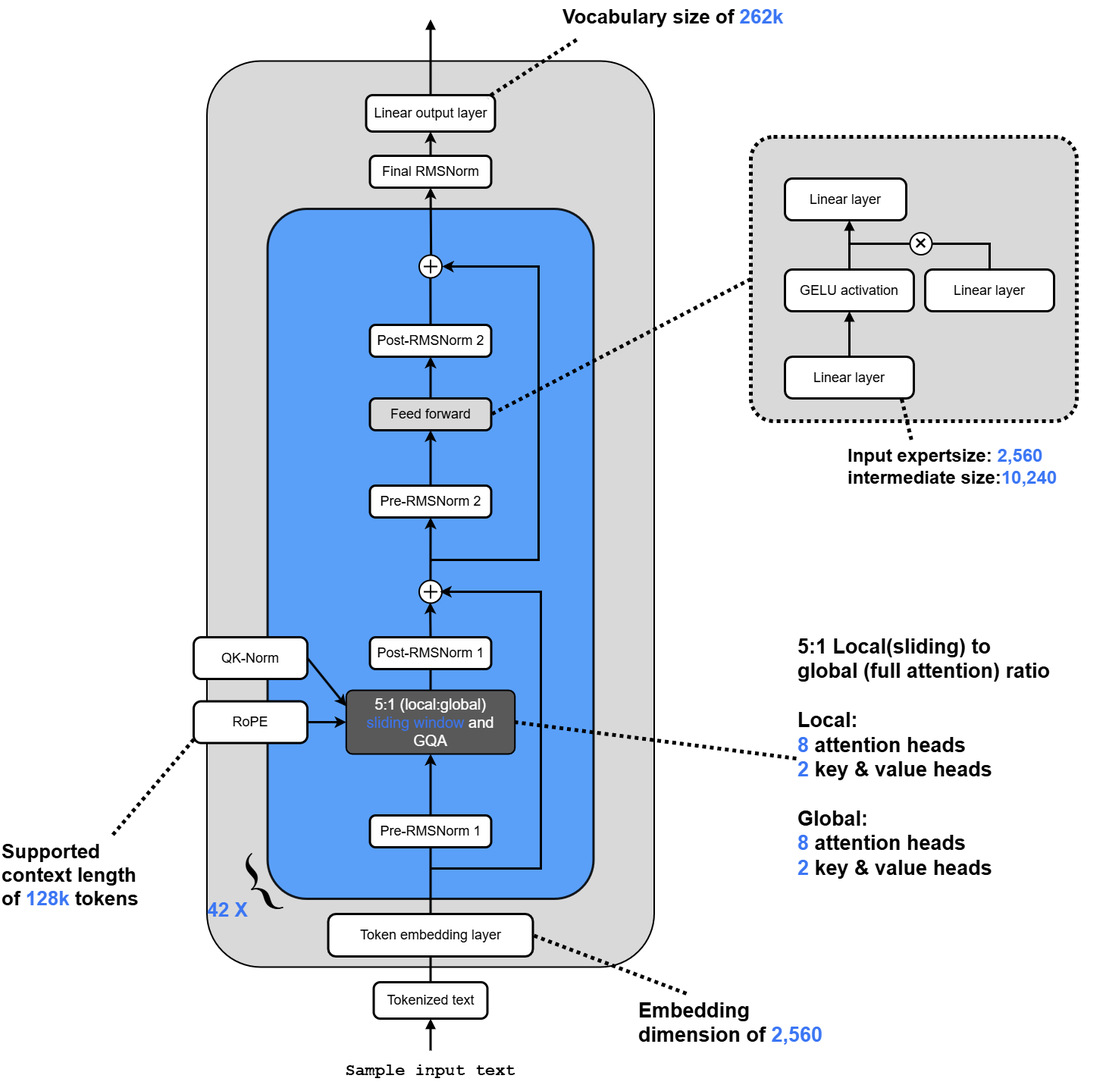
Earlier version of the draw.io export Models/Gemma/Gemma-4-(E4B).drawio.png (EarthWind/deeparch). Source tidied: cells renumbered, new cells last; positions are measured from the earlier drawing's top-left corner, leaving out a move shared by most shapes.
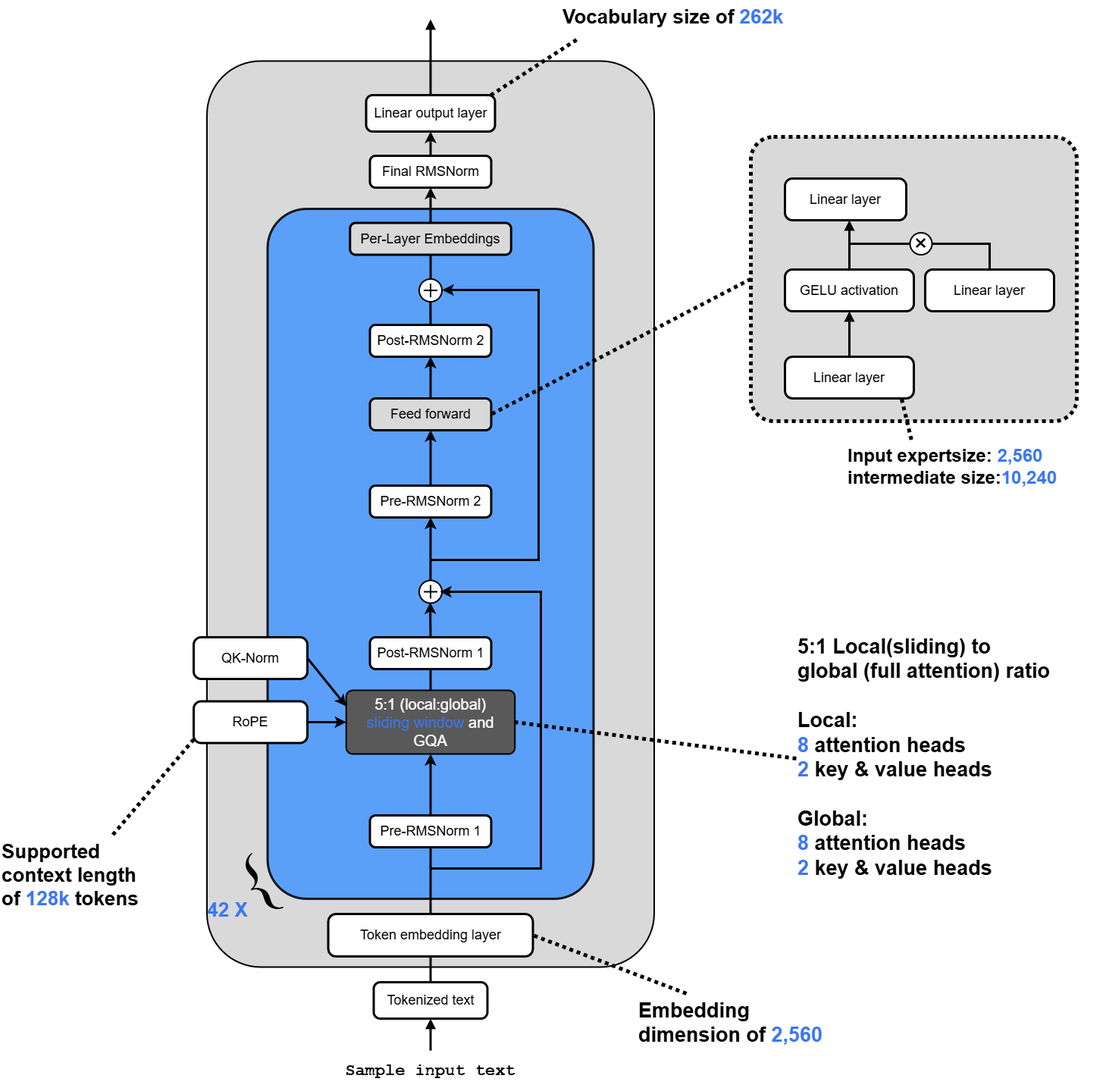
The same diagram one commit later.

Commit message:
fix models: Gemma-4(E2B) and Gemma-4(E4B) add Per Layer Embedding block.

The edit, as a diff of the source:
```diff
@@ -106,7 +106,7 @@
       <mxGeometry relative="1" as="geometry" />
     </mxCell>
     <mxCell id="33" style="html=1;verticalLabelPosition=bottom;align=center;labelBackgroundColor=#ffffff;verticalAlign=top;strokeWidth=2;strokeColor=#000000;shadow=0;dashed=0;shape=mxgraph.ios7.icons.add;" parent="1" vertex="1">
-      <mxGeometry x="552.5" y="336" width="30" height="30" as="geometry" />
+      <mxGeometry x="552.5" y="367.5" width="30" height="30" as="geometry" />
     </mxCell>
     <mxCell id="34" value="Pre-RMSNorm 1" style="rounded=1;whiteSpace=wrap;html=1;arcSize=18;strokeColor=#000000;strokeWidth=3;fillColor=#ffffff;fontFamily=Arial;fontSize=18;fontColor=#000000;align=center;verticalAlign=middle;" parent="1" vertex="1">
       <mxGeometry x="487.5" y="1075" width="160" height="42" as="geometry" />
@@ -134,7 +134,7 @@
     <mxCell id="41" style="endArrow=none;html=1;rounded=0;strokeWidth=3;strokeColor=#000000;entryX=0.494;entryY=1.002;entryDx=0;entryDy=0;exitX=0.5;exitY=0;exitDx=0;exitDy=0;endFill=1;entryPerimeter=0;startFill=0;" parent="1" edge="1" source="55" target="33">
       <mxGeometry relative="1" as="geometry" />
     </mxCell>
-    <mxCell id="42" style="endArrow=classic;html=1;rounded=0;strokeWidth=3;strokeColor=#000000;entryX=0.5;entryY=1;entryDx=0;entryDy=0;exitX=0.522;exitY=-0.005;exitDx=0;exitDy=0;endFill=1;exitPerimeter=0;" parent="1" edge="1" source="33" target="8">
+    <mxCell id="42" style="endArrow=classic;html=1;rounded=0;strokeWidth=3;strokeColor=#000000;entryX=0.5;entryY=1;entryDx=0;entryDy=0;exitX=0.5;exitY=0;exitDx=0;exitDy=0;endFill=1;" parent="1" edge="1" source="60" target="8">
       <mxGeometry relative="1" as="geometry" />
     </mxCell>
     <mxCell id="43" style="endArrow=classic;html=1;rounded=0;strokeWidth=3;strokeColor=#000000;entryX=0.5;entryY=1;entryDx=0;entryDy=0;exitX=0.5;exitY=0;exitDx=0;exitDy=0;endFill=1;" parent="1" edge="1" source="8" target="7">
@@ -169,11 +169,10 @@
       <mxGeometry relative="1" as="geometry">
         <mxPoint x="568" y="740" as="sourcePoint" />
         <Array as="points">
+          <mxPoint x="568" y="738" />
           <mxPoint x="710" y="738" />
-          <mxPoint x="710" y="351" />
-          <mxPoint x="590" y="351" />
-          <mxPoint x="590" y="350" />
-          <mxPoint x="583" y="350" />
+          <mxPoint x="710" y="382" />
+          <mxPoint x="583" y="382" />
         </Array>
       </mxGeometry>
     </mxCell>
@@ -204,5 +203,11 @@
     <mxCell id="58" style="endArrow=none;html=1;rounded=0;strokeWidth=5;strokeColor=#000000;dashed=1;dashPattern=1 1;exitX=0;exitY=0.5;exitDx=0;exitDy=0;entryX=1;entryY=0.5;entryDx=0;entryDy=0;" parent="1" edge="1" source="57" target="11">
       <mxGeometry relative="1" as="geometry" />
     </mxCell>
+    <mxCell id="59" style="endArrow=none;html=1;rounded=0;strokeWidth=3;strokeColor=#000000;entryX=0.5;entryY=1;entryDx=0;entryDy=0;exitX=0.502;exitY=-0.002;exitDx=0;exitDy=0;endFill=1;exitPerimeter=0;startFill=0;" parent="1" edge="1" source="33" target="60">
+      <mxGeometry relative="1" as="geometry" />
+    </mxCell>
+    <mxCell id="60" value="Per-Layer Embeddings" style="rounded=1;whiteSpace=wrap;html=1;arcSize=18;strokeColor=#000000;strokeWidth=3;fillColor=#d9d9d9;fontFamily=Arial;fontSize=18;fontColor=#000000;align=center;verticalAlign=middle;" parent="1" vertex="1">
+      <mxGeometry x="461.2" y="293.5" width="212.5" height="42" as="geometry" />
+    </mxCell>
   </root>
 </mxGraphModel>
```
